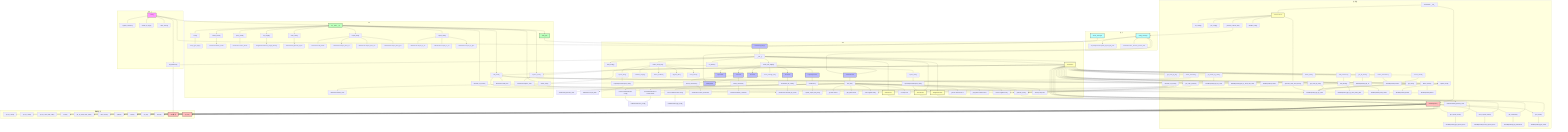
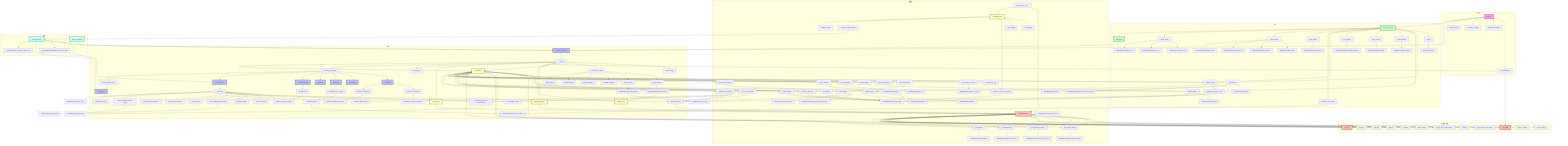
flowchart TD
    subgraph 主入口
        main["main()"] --> init_database["init_database()"]
        main --> register_services["register_services()"]
        main --> handle_cli_args["handle_cli_args()"]
        main --> show_menu["show_menu()"]
    end

    subgraph GUI
        VMTOOLPyQtApp["VMTOOLPyQtApp"] --> __init__["__init__()"]
        __init__ --> load_config["load_config()"]
        __init__ --> create_menu_bar["create_menu_bar()"]
        __init__ --> init_database
        __init__ --> DictService
        __init__ --> WeightCalculator
        __init__ --> FilterService
        __init__ --> StatsService
        __init__ --> set_theme["set_theme()"]
        __init__ --> create_tab_widget["create_tab_widget()"]

        create_menu_bar --> import_data["import_data()"]
        create_menu_bar --> export_data["export_data()"]
        create_menu_bar --> calculate_weight["calculate_weight()"]
        create_menu_bar --> detect_conflicts["detect_conflicts()"]
        create_menu_bar --> migrate_data["migrate_data()"]
        create_menu_bar --> show_about["show_about()"]

        import_data --> ImportExportTab.import_data["ImportExportTab.import_data()"]
        export_data --> ImportExportTab.export_data["ImportExportTab.export_data()"]

        create_tab_widget --> CharsTab["CharsTab"]
        create_tab_widget --> SpecialTab["SpecialTab"]
        create_tab_widget --> WordsTab["WordsTab"]
        create_tab_widget --> StatsTab["StatsTab"]
        create_tab_widget --> ImportExportTab["ImportExportTab"]
        create_tab_widget --> CodeRulesTab["CodeRulesTab"]
        create_tab_widget --> create_settings_tab["create_settings_tab()"]
        create_settings_tab --> SettingsTab["SettingsTab"]

        CharsTab --> search_characters_gui["search_characters()"]
        search_characters_gui --> DictService.search_characters

        CharsTab --> delete_character_gui["delete_character()"]
        delete_character_gui --> DictService.delete_character

        WordsTab --> recalculate_all_codes_gui["recalculate_all_codes()"]
-         recalculate_all_codes_gui --> DictService.calculate_all_codes
+         recalculate_all_codes_gui --> CalculateThread["CalculateThread"]
+         CalculateThread --> DictService.calculate_all_codes

        ImportExportTab --> showEvent["showEvent()"]
        showEvent --> update_export_full_path["update_export_full_path()"]

        CodeRulesTab --> test_rule["test_rule()"]
        test_rule --> get_rule_content["get rule content"]
        test_rule --> get_python_mode["get python mode"]
        test_rule --> save_original_config["save original config"]
        test_rule --> save_codegen_config["save CodeGenerator config"]
        test_rule --> set_temp_rule["set temp rule"]
        test_rule --> set_codegen_custom["set CodeGenerator to custom mode"]
        test_rule --> generate_code["generate_code()"]
        test_rule --> get_rule_name["get rule name from UI"]
        test_rule --> get_ui_python_mode["get python mode from UI"]
        test_rule --> restore_original_config["restore original config"]
        test_rule --> restore_codegen_config["restore CodeGenerator config"]
        test_rule --> cleanup_temp_rule["cleanup temp rule"]
    end

    subgraph CLI
        CLI_Main["cli/__main__.py"] --> main_cli["main()"]
        main_cli --> show_typer_help["show_typer_help()"]

        CLI_Main --> add_word["add_word()"]
        CLI_Main --> delete_word["delete_word()"]
        CLI_Main --> delete_batch["delete_batch()"]
        CLI_Main --> query_word["query_word()"]
        CLI_Main --> set_weight["set_weight()"]
        CLI_Main --> replace_code["replace_code()"]
        CLI_Main --> calculate_all_codes_cli["calculate_all_codes()"]
        CLI_Main --> show_stats["show_stats()"]
        CLI_Main --> import_data_cli["import_data()"]
        CLI_Main --> export_data_cli["export_data()"]
        CLI_Main --> start_gui["start_gui()"]

        add_word --> DictService.add_word
        delete_word --> DictService.delete_word
        delete_batch --> DictService.delete_words
        query_word --> DictService.search_words
        set_weight --> WeightCalculator.set_weight_directly
        replace_code --> DictService.replace_code
        calculate_all_codes_cli --> DictService.calculate_all_codes
        show_stats --> StatsService.generate_report
        import_data_cli --> DictService.add_words
        import_data_cli --> FilterService.import_from_txt
        import_data_cli --> FilterService.import_from_csv
        import_data_cli --> FilterService.import_from_json
        export_data_cli --> FilterService.export_to_txt
        export_data_cli --> FilterService.export_to_csv
        export_data_cli --> FilterService.export_to_json
        start_gui --> VMTOOLPyQtApp
    end

    subgraph 服务层
        DictService["DictService"] --> __init__["__init__()"]
        DictService.__init__ --> WordRepository
        DictService.__init__ --> CodeGenerator

        DictService --> get_word["get_word()"]
        get_word --> WordRepository.get_by_word

        DictService --> get_word_by_text["get_word_by_text()"]
        get_word_by_text --> WordRepository.get_by_word

        DictService --> get_word_by_id["get_word_by_id()"]

        DictService --> get_words_by_code["get_words_by_code()"]
        get_words_by_code --> WordRepository.get_by_code

        DictService --> get_special_chars["get_special_chars()"]
        get_special_chars --> WordRepository.get_special_chars

        DictService --> count_special_chars["count_special_chars()"]
        count_special_chars --> WordRepository.count_special_chars

        DictService --> get_characters["get_characters()"]
        get_characters --> WordRepository.get_characters

        DictService --> get_words["get_words()"]
        get_words --> WordRepository.get_words

        DictService --> add_word["add_word()"]
        add_word --> generate_code["generate_code()"]
        generate_code --> CodeGenerator.generate_code
        add_word --> WordRepository.get_by_word_and_code
        add_word --> WordRepository.create

        DictService --> add_words["add_words()"]
        add_words --> generate_code
        add_words --> WordRepository.get_by_word_code_pairs
        add_words --> WordRepository.bulk_create

        DictService --> add_characters["add_characters()"]
        add_characters --> add_words

        DictService --> update_word["update_word()"]
        update_word --> WordRepository.get_by_word
        update_word --> WordRepository.update

        DictService --> delete_word["delete_word()"]
        delete_word --> WordRepository.get_by_word
        delete_word --> WordRepository.delete

        DictService --> delete_words["delete_words()"]
        delete_words --> WordRepository.get_by_word
        delete_words --> WordRepository.delete

        DictService --> delete_character["delete_character()"]
        delete_character --> delete_word

        DictService --> delete_table["delete_table()"]

        DictService --> replace_code["replace_code()"]
        replace_code --> update_word

        DictService --> get_all_words["get_all_words()"]
        get_all_words --> WordRepository.get_all

        DictService --> search_words["search_words()"]
        search_words --> WordRepository.search

        DictService --> search_characters["search_characters()"]
        search_characters --> WordRepository.search

        DictService --> get_code_preview["get_code_preview()"]
        get_code_preview --> generate_code

        DictService --> calculate_all_codes["calculate_all_codes()"]
        calculate_all_codes --> save_original_config["save original config"]
        calculate_all_codes --> set_codegen_custom["set CodeGenerator to custom mode"]
        calculate_all_codes --> generate_code
        calculate_all_codes --> restore_original_config["restore original config"]

        WeightCalculator["WeightCalculator"] --> WordRepository
        FilterService["FilterService"] --> WordRepository
        StatsService["StatsService"] --> WordRepository

        CodeGenerator["CodeGenerator"] --> set_config["set_config()"]
        CodeGenerator --> get_config["get_config()"]
        CodeGenerator --> generate_code_from_chars["generate_code_from_chars()"]
        CodeGenerator --> _execute_custom_rule["_execute_custom_rule()"]
        CodeGenerator --> validate_code["validate_code()"]
    end

    subgraph 数据访问层
        WordRepository["WordRepository"] --> get_by_word["get_by_word()"]
        WordRepository --> get_by_code["get_by_code()"]
        WordRepository --> get_special_chars["get_special_chars()"]
        WordRepository --> count_special_chars["count_special_chars()"]
        WordRepository --> get_characters["get_characters()"]
        WordRepository --> get_words["get_words()"]
        WordRepository --> get_by_word_and_code["get_by_word_and_code()"]
        WordRepository --> create["create()"]
        WordRepository --> get_by_word_code_pairs["get_by_word_code_pairs()"]
        WordRepository --> bulk_create["bulk_create()"]
        WordRepository --> update["update()"]
        WordRepository --> delete["delete()"]
        WordRepository --> get_all["get_all()"]
        WordRepository --> search["search()"]

        WordRepository --> Word["Word模型"]
        WordRepository --> get_db["get_db()"]
        init_database --> Word
    end

    subgraph 核心
        config_manager["config_manager"] --> VMTOOLPyQtApp
        config_manager --> CodeRulesTab
        config_manager --> ImportExportTab.update_export_full_path
        config_manager --> SettingsTab
        config_manager --> CodeGenerator._execute_custom_rule
        theme_manager["theme_manager"] --> VMTOOLPyQtApp
    end

    main --> CLI_Main
    main --> VMTOOLPyQtApp
    test_rule --> DictService.generate_code
    set_codegen_custom --> CodeGenerator.set_config
    save_codegen_config --> CodeGenerator.get_config
    restore_codegen_config --> CodeGenerator.set_config
    generate_code_from_chars --> WordRepository.get_by_word
    _execute_custom_rule --> config_manager
    ImportExportTab.export_data --> DictService.export_data
    ImportExportTab.import_data --> FilterService

    classDef main fill:#f9f,stroke:#333,stroke-width:2px;
    classDef gui fill:#bbf,stroke:#333,stroke-width:2px;
    classDef cli fill:#bfb,stroke:#333,stroke-width:2px;
    classDef service fill:#ffb,stroke:#333,stroke-width:2px;
    classDef dal fill:#fbb,stroke:#333,stroke-width:2px;
    classDef core fill:#bff,stroke:#333,stroke-width:2px;

    class main main;
    class VMTOOLPyQtApp,CharsTab,SpecialTab,WordsTab,StatsTab,ImportExportTab,CodeRulesTab,SettingsTab gui;
    class CLI_Main,start_gui cli;
    class DictService,WeightCalculator,FilterService,StatsService,CodeGenerator service;
    class WordRepository,Word,get_db,dal dal;
    class config_manager,theme_manager core;